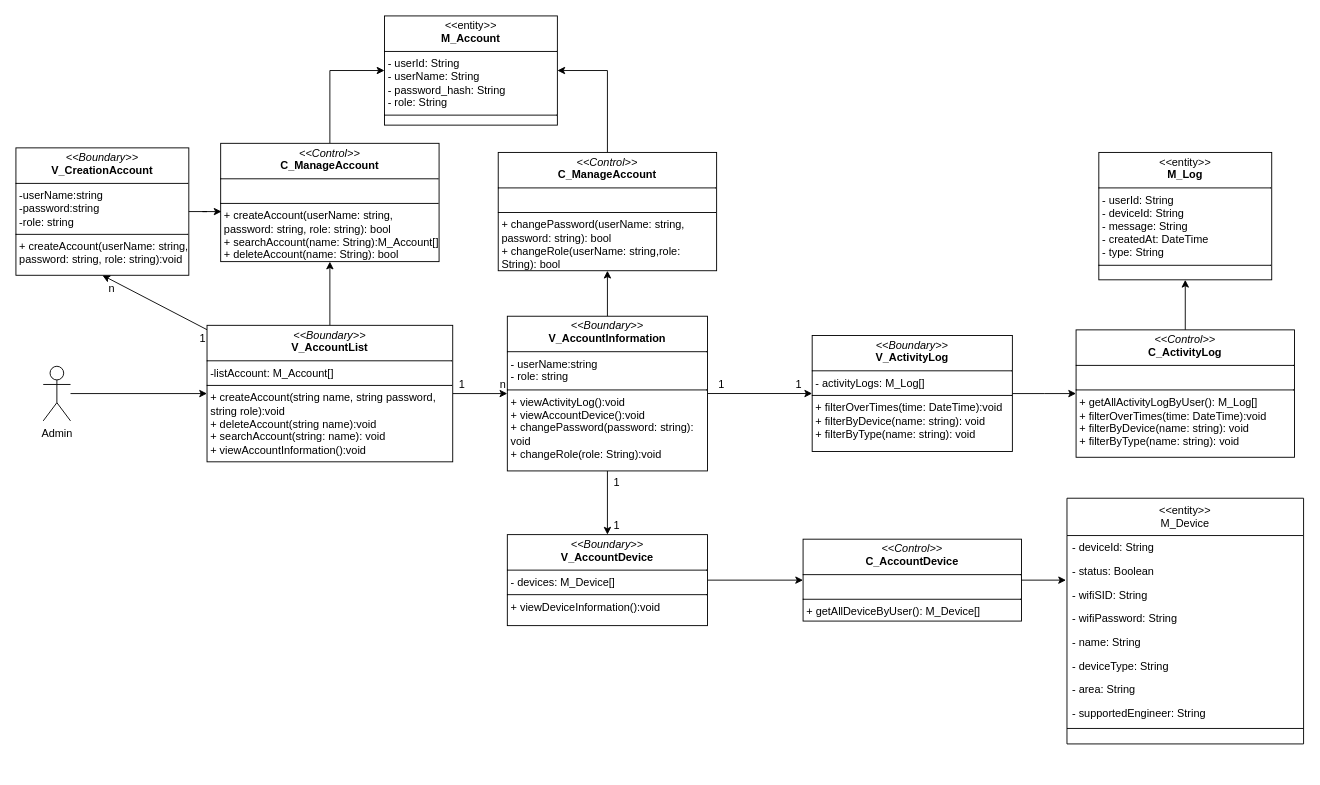
Above: Class diagram/Account_management_class (1) (1).drawio in cuongceg/BTL-IT3120 (draw.io), before the change. Source tidied: cells renumbered, new cells numbered last; positions are measured from the earlier drawing's top-left corner, leaving out a move shared by most shapes. Both pictures are drawn from the tidied source at 91%, with x=0, y=0 at pixel (15, 15).
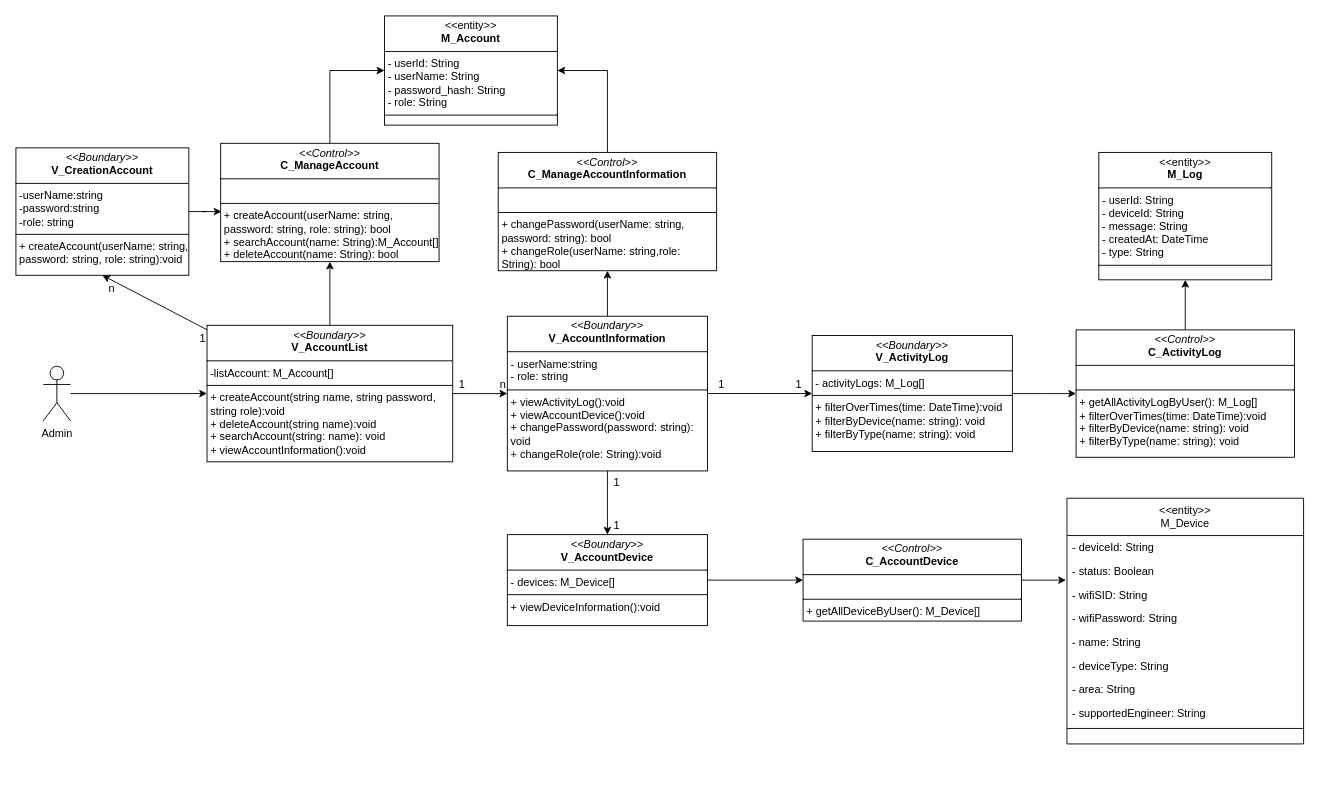
The same diagram, later.

Commit message:
fix: update name to account information

Diff of the diagram source:
```diff
@@
-    <mxCell id="39" value="&lt;p style=&quot;margin:0px;margin-top:4px;text-align:center;&quot;&gt;&lt;i&gt;&amp;lt;&amp;lt;Control&amp;gt;&amp;gt;&lt;/i&gt;&lt;br&gt;&lt;b&gt;C_ManageAccount&lt;/b&gt;&lt;/p&gt;&lt;hr size=&quot;1&quot; style=&quot;border-style:solid;&quot;&gt;&lt;p style=&quot;margin:0px;margin-left:4px;&quot;&gt;&lt;br&gt;&lt;/p&gt;&lt;hr size=&quot;1&quot; style=&quot;border-style:solid;&quot;&gt;&lt;p style=&quot;margin:0px;margin-left:4px;&quot;&gt;+&amp;nbsp;&lt;span style=&quot;background-color: transparent; color: light-dark(rgb(0, 0, 0), rgb(255, 255, 255));&quot;&gt;changePassword(userName: string, password: string): bool&amp;nbsp;&lt;/span&gt;&lt;/p&gt;&lt;p style=&quot;margin:0px;margin-left:4px;&quot;&gt;+ changeRole(userName: string,role: String): bool&lt;/p&gt;" style="verticalAlign=top;align=left;overflow=fill;html=1;whiteSpace=wrap;" parent="1" vertex="1">
+    <mxCell id="39" value="&lt;p style=&quot;margin:0px;margin-top:4px;text-align:center;&quot;&gt;&lt;i&gt;&amp;lt;&amp;lt;Control&amp;gt;&amp;gt;&lt;/i&gt;&lt;br&gt;&lt;b&gt;C_ManageAccountInformation&lt;/b&gt;&lt;/p&gt;&lt;hr size=&quot;1&quot; style=&quot;border-style:solid;&quot;&gt;&lt;p style=&quot;margin:0px;margin-left:4px;&quot;&gt;&lt;br&gt;&lt;/p&gt;&lt;hr size=&quot;1&quot; style=&quot;border-style:solid;&quot;&gt;&lt;p style=&quot;margin:0px;margin-left:4px;&quot;&gt;+&amp;nbsp;&lt;span style=&quot;background-color: transparent; color: light-dark(rgb(0, 0, 0), rgb(255, 255, 255));&quot;&gt;changePassword(userName: string, password: string): bool&amp;nbsp;&lt;/span&gt;&lt;/p&gt;&lt;p style=&quot;margin:0px;margin-left:4px;&quot;&gt;+ changeRole(userName: string,role: String): bool&lt;/p&gt;" style="verticalAlign=top;align=left;overflow=fill;html=1;whiteSpace=wrap;" parent="1" vertex="1">
       <mxGeometry x="530" y="150" width="240" height="130" as="geometry" />
     </mxCell>
```
